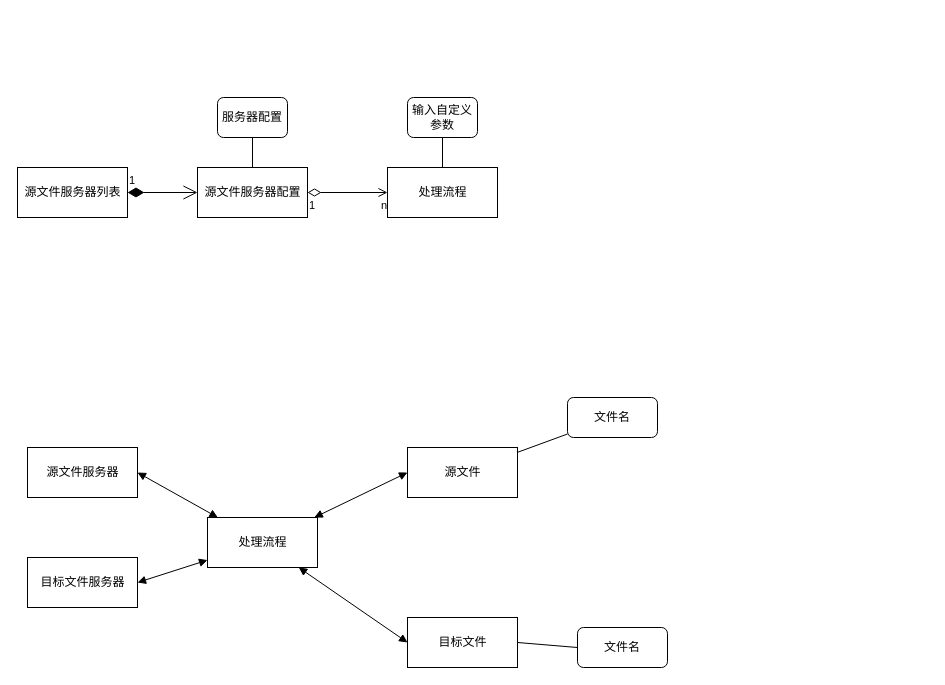
Before: page "原始关系" (6 of 6) of diagrams.net/DDDtest.drawio in ZhengweiHou/simplegit, a draw.io diagram. Source tidied: cells renumbered, new cells numbered last; positions are measured from the earlier drawing's top-left corner, leaving out a move shared by most shapes. Both pictures are drawn from the tidied source at 100%, with x=0, y=0 at pixel (17, 97).
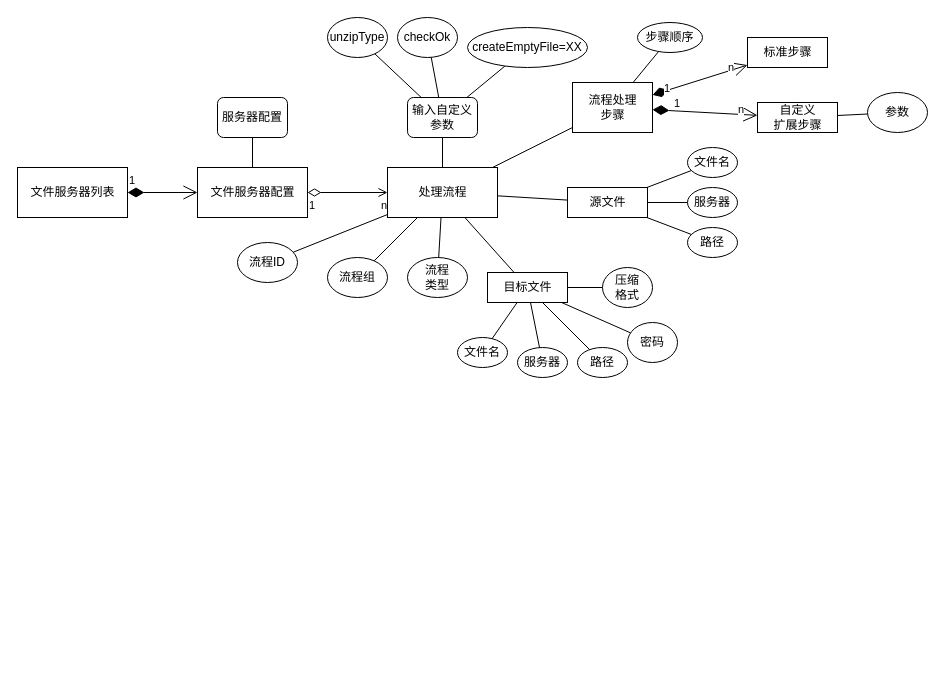
Above is the later version.

The change refers to these unchanged cells:
```xml
<mxCell id="16" value="&lt;div&gt;处理流程&lt;/div&gt;" style="html=1;fillColor=none;" parent="1" vertex="1">
  <mxGeometry x="370" y="70" width="110" height="50" as="geometry" />
</mxCell>
<mxCell id="24" value="输入自定义参数" style="rounded=1;whiteSpace=wrap;html=1;fillColor=none;" parent="1" vertex="1">
  <mxGeometry x="390" width="70" height="40" as="geometry" />
</mxCell>
```

Change to the diagram source:
```diff
@@
-    <mxCell id="2" value="&lt;div&gt;处理流程&lt;/div&gt;" style="html=1;fillColor=none;" parent="1" vertex="1">
-      <mxGeometry x="190" y="420" width="110" height="50" as="geometry" />
-    </mxCell>
-    <mxCell id="3" value="源文件服务器" style="html=1;fillColor=none;" parent="1" vertex="1">
-      <mxGeometry x="10" y="350" width="110" height="50" as="geometry" />
-    </mxCell>
-    <mxCell id="4" style="endArrow=block;startArrow=block;endFill=1;startFill=1;html=1;exitX=1;exitY=0.5;exitDx=0;exitDy=0;" parent="1" edge="1" source="3" target="2">
-      <mxGeometry relative="1" as="geometry" />
-    </mxCell>
-    <mxCell id="5" value="源文件" style="html=1;fillColor=none;" parent="1" vertex="1">
-      <mxGeometry x="390" y="350" width="110" height="50" as="geometry" />
-    </mxCell>
-    <mxCell id="6" value="目标文件服务器" style="html=1;fillColor=none;" parent="1" vertex="1">
-      <mxGeometry x="10" y="460" width="110" height="50" as="geometry" />
-    </mxCell>
-    <mxCell id="7" style="endArrow=block;startArrow=block;endFill=1;startFill=1;html=1;exitX=1;exitY=0.5;exitDx=0;exitDy=0;" parent="1" edge="1" source="6" target="2">
-      <mxGeometry relative="1" as="geometry" />
-    </mxCell>
-    <mxCell id="8" style="endArrow=block;startArrow=block;endFill=1;startFill=1;html=1;entryX=0;entryY=0.5;entryDx=0;entryDy=0;" parent="1" edge="1" source="2" target="5">
-      <mxGeometry relative="1" as="geometry" />
-    </mxCell>
-    <mxCell id="9" style="rounded=0;jettySize=auto;html=1;exitX=1;exitY=0.5;exitDx=0;exitDy=0;entryX=0;entryY=0.5;entryDx=0;entryDy=0;endArrow=none;endFill=0;" parent="1" edge="1" source="10" target="14">
-      <mxGeometry relative="1" as="geometry" />
-    </mxCell>
-    <mxCell id="10" value="目标文件" style="html=1;fillColor=none;" parent="1" vertex="1">
-      <mxGeometry x="390" y="520" width="110" height="50" as="geometry" />
-    </mxCell>
-    <mxCell id="11" style="endArrow=block;startArrow=block;endFill=1;startFill=1;html=1;entryX=0;entryY=0.5;entryDx=0;entryDy=0;" parent="1" edge="1" source="2" target="10">
-      <mxGeometry relative="1" as="geometry" />
-    </mxCell>
-    <mxCell id="12" value="文件名" style="rounded=1;whiteSpace=wrap;html=1;fillColor=none;" parent="1" vertex="1">
-      <mxGeometry x="550" y="300" width="90" height="40" as="geometry" />
-    </mxCell>
-    <mxCell id="13" style="endArrow=none;html=1;" parent="1" edge="1" source="5" target="12">
-      <mxGeometry relative="1" as="geometry" />
-    </mxCell>
-    <mxCell id="14" value="文件名" style="rounded=1;whiteSpace=wrap;html=1;fillColor=none;" parent="1" vertex="1">
-      <mxGeometry x="560" y="530" width="90" height="40" as="geometry" />
-    </mxCell>
-    <mxCell id="15" value="源文件服务器配置" style="html=1;fillColor=none;" parent="1" vertex="1">
+    <mxCell id="15" value="文件服务器配置" style="html=1;fillColor=none;" parent="1" vertex="1">
       <mxGeometry x="180" y="70" width="110" height="50" as="geometry" />
     </mxCell>
@@
-    <mxCell id="20" value="源文件服务器列表" style="html=1;fillColor=none;" parent="1" vertex="1">
+    <mxCell id="20" value="文件服务器列表" style="html=1;fillColor=none;" parent="1" vertex="1">
       <mxGeometry y="70" width="110" height="50" as="geometry" />
     </mxCell>
@@
+    <mxCell id="26" value="unzipType" style="ellipse;whiteSpace=wrap;html=1;fillColor=none;" parent="1" vertex="1">
+      <mxGeometry x="310" y="-80" width="60" height="40" as="geometry" />
+    </mxCell>
+    <mxCell id="27" style="endArrow=none;html=1;startSize=11;endSize=7;" parent="1" edge="1" source="24" target="26">
+      <mxGeometry relative="1" as="geometry" />
+    </mxCell>
+    <mxCell id="28" value="checkOk" style="ellipse;whiteSpace=wrap;html=1;fillColor=none;" parent="1" vertex="1">
+      <mxGeometry x="380" y="-80" width="60" height="40" as="geometry" />
+    </mxCell>
+    <mxCell id="29" style="endArrow=none;html=1;startSize=11;endSize=7;" parent="1" edge="1" source="24" target="28">
+      <mxGeometry relative="1" as="geometry" />
+    </mxCell>
+    <mxCell id="30" value="createEmptyFile=XX" style="ellipse;whiteSpace=wrap;html=1;fillColor=none;" parent="1" vertex="1">
+      <mxGeometry x="450" y="-70" width="120" height="40" as="geometry" />
+    </mxCell>
+    <mxCell id="31" style="endArrow=none;html=1;startSize=11;endSize=7;" parent="1" edge="1" source="24" target="30">
+      <mxGeometry relative="1" as="geometry" />
+    </mxCell>
+    <mxCell id="32" value="流程ID" style="ellipse;whiteSpace=wrap;html=1;fillColor=none;" parent="1" vertex="1">
+      <mxGeometry x="220" y="145" width="60" height="40" as="geometry" />
+    </mxCell>
+    <mxCell id="33" style="endArrow=none;html=1;startSize=11;endSize=7;" parent="1" edge="1" source="16" target="32">
+      <mxGeometry relative="1" as="geometry" />
+    </mxCell>
+    <mxCell id="34" value="&lt;div&gt;流程组&lt;/div&gt;" style="ellipse;whiteSpace=wrap;html=1;fillColor=none;" parent="1" vertex="1">
+      <mxGeometry x="310" y="160" width="60" height="40" as="geometry" />
+    </mxCell>
+    <mxCell id="35" style="endArrow=none;html=1;startSize=11;endSize=7;" parent="1" edge="1" source="16" target="34">
+      <mxGeometry relative="1" as="geometry" />
+    </mxCell>
+    <mxCell id="36" value="&lt;div&gt;流程&lt;/div&gt;&lt;div&gt;类型&lt;br&gt;&lt;/div&gt;" style="ellipse;whiteSpace=wrap;html=1;fillColor=none;" parent="1" vertex="1">
+      <mxGeometry x="390" y="160" width="60" height="40" as="geometry" />
+    </mxCell>
+    <mxCell id="37" style="endArrow=none;html=1;startSize=11;endSize=7;" parent="1" edge="1" source="16" target="36">
+      <mxGeometry relative="1" as="geometry" />
+    </mxCell>
+    <mxCell id="38" value="流程处理&lt;br&gt;步骤" style="html=1;fillColor=none;" parent="1" vertex="1">
+      <mxGeometry x="555" y="-15" width="80" height="50" as="geometry" />
+    </mxCell>
+    <mxCell id="39" style="endArrow=none;html=1;startSize=11;endSize=7;" parent="1" edge="1" source="16" target="38">
+      <mxGeometry relative="1" as="geometry" />
+    </mxCell>
+    <mxCell id="5" value="源文件" style="html=1;fillColor=none;" parent="1" vertex="1">
+      <mxGeometry x="550" y="90" width="80" height="30" as="geometry" />
+    </mxCell>
+    <mxCell id="40" style="endArrow=none;html=1;startSize=11;endSize=7;" parent="1" edge="1" source="16" target="5">
+      <mxGeometry relative="1" as="geometry" />
+    </mxCell>
+    <mxCell id="10" value="目标文件" style="html=1;fillColor=none;" parent="1" vertex="1">
+      <mxGeometry x="470" y="175" width="80" height="30" as="geometry" />
+    </mxCell>
+    <mxCell id="41" style="endArrow=none;html=1;startSize=11;endSize=7;" parent="1" edge="1" source="16" target="10">
+      <mxGeometry relative="1" as="geometry" />
+    </mxCell>
+    <mxCell id="42" value="标准步骤" style="html=1;fillColor=none;" parent="1" vertex="1">
+      <mxGeometry x="730" y="-60" width="80" height="30" as="geometry" />
+    </mxCell>
+    <mxCell id="43" value="&lt;div&gt;自定义&lt;/div&gt;&lt;div&gt;扩展步骤&lt;/div&gt;" style="html=1;fillColor=none;" parent="1" vertex="1">
+      <mxGeometry x="740" y="5" width="80" height="30" as="geometry" />
+    </mxCell>
+    <mxCell id="44" value="&lt;div&gt;参数&lt;/div&gt;" style="ellipse;whiteSpace=wrap;html=1;fillColor=none;" parent="1" vertex="1">
+      <mxGeometry x="850" y="-5" width="60" height="40" as="geometry" />
+    </mxCell>
+    <mxCell id="45" style="endArrow=none;html=1;startSize=11;endSize=7;" parent="1" edge="1" source="43" target="44">
+      <mxGeometry relative="1" as="geometry" />
+    </mxCell>
+    <mxCell id="46" value="文件名" style="ellipse;whiteSpace=wrap;html=1;fillColor=none;" parent="1" vertex="1">
+      <mxGeometry x="670" y="50" width="50" height="30" as="geometry" />
+    </mxCell>
+    <mxCell id="47" style="endArrow=none;html=1;startSize=11;endSize=7;" parent="1" edge="1" source="5" target="46">
+      <mxGeometry relative="1" as="geometry" />
+    </mxCell>
+    <mxCell id="48" style="endArrow=open;html=1;endSize=12;startArrow=diamondThin;startSize=14;startFill=1;" parent="1" edge="1" source="38" target="42">
+      <mxGeometry x="-0.25" y="20" relative="1" as="geometry" />
+    </mxCell>
+    <mxCell id="49" value="1" style="edgeLabel;html=1;align=left;verticalAlign=top;" parent="48" vertex="1">
+      <mxGeometry x="-1" relative="1" as="geometry">
+        <mxPoint x="10" y="-19" as="offset" />
+      </mxGeometry>
+    </mxCell>
+    <mxCell id="50" value="n" style="edgeLabel;html=1;align=right;verticalAlign=top;" parent="48" vertex="1">
+      <mxGeometry x="1" relative="1" as="geometry">
+        <mxPoint x="-13" y="-10" as="offset" />
+      </mxGeometry>
+    </mxCell>
+    <mxCell id="51" style="endArrow=open;html=1;endSize=12;startArrow=diamondThin;startSize=14;startFill=1;" parent="1" edge="1" source="38" target="43">
+      <mxGeometry x="-0.25" y="20" relative="1" as="geometry" />
+    </mxCell>
+    <mxCell id="52" value="1" style="edgeLabel;html=1;align=left;verticalAlign=top;" parent="51" vertex="1">
+      <mxGeometry x="-1" relative="1" as="geometry">
+        <mxPoint x="20" y="-19" as="offset" />
+      </mxGeometry>
+    </mxCell>
+    <mxCell id="53" value="n" style="edgeLabel;html=1;align=right;verticalAlign=top;" parent="51" vertex="1">
+      <mxGeometry x="1" relative="1" as="geometry">
+        <mxPoint x="-13" y="-19" as="offset" />
+      </mxGeometry>
+    </mxCell>
+    <mxCell id="54" value="步骤顺序" style="ellipse;whiteSpace=wrap;html=1;fillColor=none;" parent="1" vertex="1">
+      <mxGeometry x="620" y="-75" width="65" height="30" as="geometry" />
+    </mxCell>
+    <mxCell id="55" style="endArrow=none;html=1;startSize=11;endSize=7;" parent="1" edge="1" source="38" target="54">
+      <mxGeometry relative="1" as="geometry" />
+    </mxCell>
+    <mxCell id="56" value="文件名" style="ellipse;whiteSpace=wrap;html=1;fillColor=none;" parent="1" vertex="1">
+      <mxGeometry x="440" y="240" width="50" height="30" as="geometry" />
+    </mxCell>
+    <mxCell id="57" style="endArrow=none;html=1;startSize=11;endSize=7;" parent="1" edge="1" source="10" target="56">
+      <mxGeometry relative="1" as="geometry" />
+    </mxCell>
+    <mxCell id="58" value="服务器" style="ellipse;whiteSpace=wrap;html=1;fillColor=none;" parent="1" vertex="1">
+      <mxGeometry x="670" y="90" width="50" height="30" as="geometry" />
+    </mxCell>
+    <mxCell id="59" style="endArrow=none;html=1;startSize=11;endSize=7;" parent="1" edge="1" source="5" target="58">
+      <mxGeometry relative="1" as="geometry" />
+    </mxCell>
+    <mxCell id="60" value="路径" style="ellipse;whiteSpace=wrap;html=1;fillColor=none;" parent="1" vertex="1">
+      <mxGeometry x="670" y="130" width="50" height="30" as="geometry" />
+    </mxCell>
+    <mxCell id="61" style="endArrow=none;html=1;startSize=11;endSize=7;" parent="1" edge="1" source="5" target="60">
+      <mxGeometry relative="1" as="geometry" />
+    </mxCell>
+    <mxCell id="62" value="服务器" style="ellipse;whiteSpace=wrap;html=1;fillColor=none;" parent="1" vertex="1">
+      <mxGeometry x="500" y="250" width="50" height="30" as="geometry" />
+    </mxCell>
+    <mxCell id="63" value="路径" style="ellipse;whiteSpace=wrap;html=1;fillColor=none;" parent="1" vertex="1">
+      <mxGeometry x="560" y="250" width="50" height="30" as="geometry" />
+    </mxCell>
+    <mxCell id="64" style="endArrow=none;html=1;startSize=11;endSize=7;" parent="1" edge="1" source="10" target="63">
+      <mxGeometry relative="1" as="geometry" />
+    </mxCell>
+    <mxCell id="65" style="endArrow=none;html=1;startSize=11;endSize=7;" parent="1" edge="1" source="10" target="62">
+      <mxGeometry relative="1" as="geometry" />
+    </mxCell>
+    <mxCell id="66" value="&lt;div&gt;压缩&lt;/div&gt;&lt;div&gt;格式&lt;br&gt;&lt;/div&gt;" style="ellipse;whiteSpace=wrap;html=1;fillColor=none;" parent="1" vertex="1">
+      <mxGeometry x="585" y="170" width="50" height="40" as="geometry" />
+    </mxCell>
+    <mxCell id="67" style="endArrow=none;html=1;startSize=11;endSize=7;" parent="1" edge="1" source="10" target="66">
+      <mxGeometry relative="1" as="geometry" />
+    </mxCell>
+    <mxCell id="68" value="密码" style="ellipse;whiteSpace=wrap;html=1;fillColor=none;" parent="1" vertex="1">
+      <mxGeometry x="610" y="225" width="50" height="40" as="geometry" />
+    </mxCell>
+    <mxCell id="69" style="endArrow=none;html=1;startSize=11;endSize=7;" parent="1" edge="1" source="10" target="68">
+      <mxGeometry relative="1" as="geometry" />
+    </mxCell>
```
